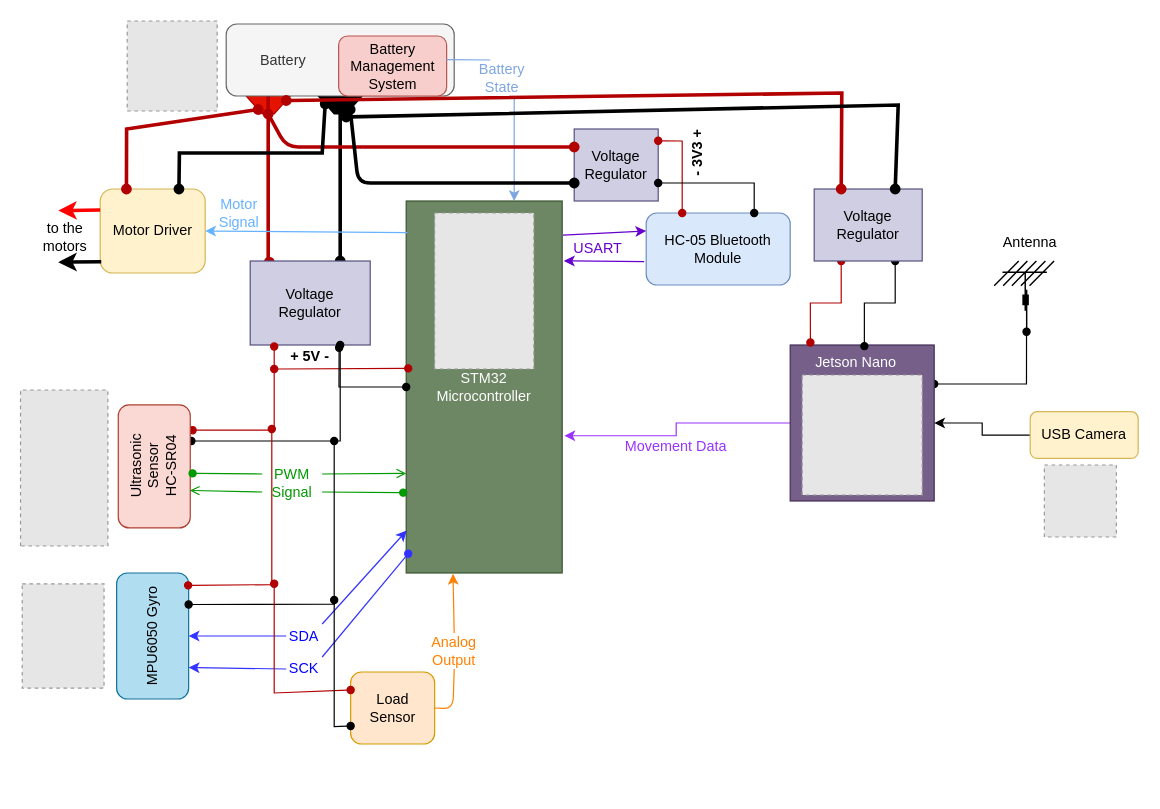
anilberg/My-Diagrams keeps this draw.io diagram as Bitirme 1 - Schematics/bitirme1-elektronik-sematik.drawio. Above is the earlier version. Source tidied: cells renumbered, new cells numbered last; positions are measured from the earlier drawing's top-left corner, leaving out a move shared by most shapes. Both pictures are drawn from the tidied source at 120%, with x=0, y=0 at pixel (-14, 20). Pictures stored in the file or linked from it are replaced by grey dashed boxes.
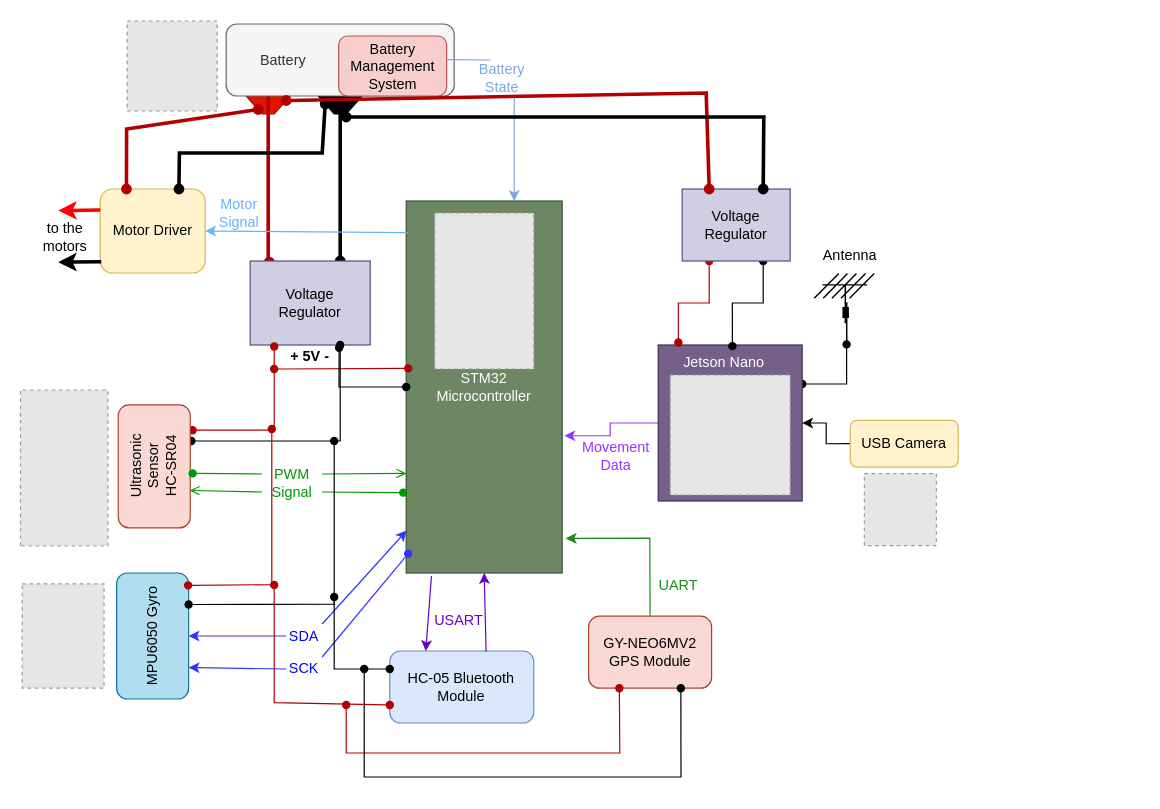
After the change.

Unchanged cells that the change refers to:
```xml
<mxCell id="2" style="shape=trapezoid;perimeter=trapezoidPerimeter;whiteSpace=wrap;html=1;fixedSize=1;rotation=-180;fontColor=#ffffff;fillColor=#000000;" parent="1" vertex="1">
  <mxGeometry x="270" y="55" width="50" height="22.5" as="geometry" />
</mxCell>
<mxCell id="3" style="shape=trapezoid;perimeter=trapezoidPerimeter;whiteSpace=wrap;html=1;fixedSize=1;rotation=-180;fillColor=#e51400;strokeColor=#B20000;fontColor=#ffffff;" parent="1" vertex="1">
  <mxGeometry x="210" y="55" width="50" height="22.5" as="geometry" />
</mxCell>
<mxCell id="7" value="STM32&lt;br&gt;Microcontroller" style="rounded=0;whiteSpace=wrap;html=1;fontColor=#ffffff;fillColor=#6d8764;strokeColor=#3A5431;" parent="1" vertex="1">
  <mxGeometry x="350" y="150" width="130" height="310" as="geometry" />
</mxCell>
```

Diff of the diagram source:
```diff
@@
     <mxCell id="6" style="rounded=0;whiteSpace=wrap;html=1;strokeColor=#432D57;fillColor=#76608a;fontColor=#ffffff;" parent="1" vertex="1">
-      <mxGeometry x="670" y="270" width="120" height="130" as="geometry" />
+      <mxGeometry x="560" y="270" width="120" height="130" as="geometry" />
     </mxCell>
@@
-    <mxCell id="36" value="Load Sensor" style="rounded=1;whiteSpace=wrap;html=1;strokeColor=#d79b00;fillColor=#ffe6cc;" parent="1" vertex="1">
-      <mxGeometry x="303.7" y="542.5" width="70" height="60" as="geometry" />
-    </mxCell>
-    <mxCell id="37" style="endArrow=oval;html=1;fillColor=#e51400;strokeColor=#B20000;strokeWidth=1;startArrow=oval;startFill=1;endFill=1;rounded=0;exitX=0;exitY=0.25;exitDx=0;exitDy=0;" parent="1" edge="1" source="36">
-      <mxGeometry relative="1" as="geometry">
-        <mxPoint x="240" y="469" as="targetPoint" />
-        <Array as="points">
-          <mxPoint x="240" y="560" />
-        </Array>
-      </mxGeometry>
-    </mxCell>
-    <mxCell id="38" style="endArrow=oval;html=1;fillColor=#e51400;strokeWidth=1;startArrow=oval;startFill=1;endFill=1;rounded=0;entryX=0;entryY=0.75;entryDx=0;entryDy=0;" parent="1" edge="1" target="36">
-      <mxGeometry relative="1" as="geometry">
-        <mxPoint x="290" y="482.5" as="sourcePoint" />
-        <Array as="points">
-          <mxPoint x="290" y="588" />
-        </Array>
-      </mxGeometry>
-    </mxCell>
-    <mxCell id="39" style="endArrow=classic;html=1;strokeWidth=1;strokeColor=#FF8000;entryX=0.3;entryY=1.002;entryDx=0;entryDy=0;entryPerimeter=0;exitX=0.5;exitY=0;exitDx=0;exitDy=0;startArrow=none;" parent="1" edge="1" source="40" target="7">
-      <mxGeometry relative="1" as="geometry" />
-    </mxCell>
-    <mxCell id="40" value="&lt;font color=&quot;#ff8000&quot;&gt;Analog&lt;br&gt;Output&lt;/font&gt;" style="text;html=1;strokeColor=none;fillColor=none;align=center;verticalAlign=middle;whiteSpace=wrap;rounded=0;" parent="1" vertex="1">
-      <mxGeometry x="370" y="510" width="40" height="30" as="geometry" />
-    </mxCell>
-    <mxCell id="41" style="endArrow=none;html=1;strokeWidth=1;strokeColor=#FF8000;entryX=0.5;entryY=1;entryDx=0;entryDy=0;exitX=1;exitY=0.5;exitDx=0;exitDy=0;" parent="1" edge="1" source="36" target="40">
-      <mxGeometry relative="1" as="geometry">
-        <Array as="points">
-          <mxPoint x="389" y="573" />
-        </Array>
-      </mxGeometry>
-    </mxCell>
@@
-    <mxCell id="46" value="Voltage&lt;br&gt;Regulator" style="rounded=0;whiteSpace=wrap;html=1;fillColor=#d0cee2;strokeColor=#56517e;" parent="1" vertex="1">
-      <mxGeometry x="490" y="90" width="70" height="60" as="geometry" />
-    </mxCell>
-    <mxCell id="47" style="endArrow=oval;html=1;fillColor=#e51400;strokeColor=#B20000;strokeWidth=3;startArrow=oval;startFill=1;endFill=1;rounded=1;exitX=0;exitY=0.25;exitDx=0;exitDy=0;entryX=0.5;entryY=0;entryDx=0;entryDy=0;" parent="1" edge="1" source="46" target="3">
-      <mxGeometry relative="1" as="geometry">
-        <Array as="points">
-          <mxPoint x="250" y="105" />
-        </Array>
-      </mxGeometry>
-    </mxCell>
-    <mxCell id="48" style="endArrow=oval;html=1;fillColor=#e51400;strokeWidth=3;startArrow=oval;startFill=1;endFill=1;exitX=0.25;exitY=0;exitDx=0;exitDy=0;entryX=0;entryY=0.75;entryDx=0;entryDy=0;rounded=1;" parent="1" edge="1" source="2" target="46">
-      <mxGeometry relative="1" as="geometry">
-        <Array as="points">
-          <mxPoint x="310" y="135" />
-        </Array>
-      </mxGeometry>
-    </mxCell>
     <mxCell id="49" value="HC-05 Bluetooth Module" style="rounded=1;whiteSpace=wrap;html=1;strokeColor=#6c8ebf;fillColor=#dae8fc;" parent="1" vertex="1">
-      <mxGeometry x="550" y="160" width="120" height="60" as="geometry" />
+      <mxGeometry x="336.3" y="525" width="120" height="60" as="geometry" />
     </mxCell>
-    <mxCell id="50" style="endArrow=oval;html=1;fillColor=#e51400;strokeColor=#B20000;strokeWidth=1;startArrow=oval;startFill=1;endFill=1;rounded=0;exitX=1;exitY=0.164;exitDx=0;exitDy=0;exitPerimeter=0;entryX=0.25;entryY=0;entryDx=0;entryDy=0;" parent="1" edge="1" source="46" target="49">
+    <mxCell id="50" style="endArrow=oval;html=1;fillColor=#e51400;strokeColor=#B20000;strokeWidth=1;startArrow=oval;startFill=1;endFill=1;rounded=0;entryX=0;entryY=0.75;entryDx=0;entryDy=0;" parent="1" edge="1" target="49">
       <mxGeometry relative="1" as="geometry">
+        <mxPoint x="240" y="470" as="sourcePoint" />
         <Array as="points">
-          <mxPoint x="580" y="100" />
+          <mxPoint x="240" y="568" />
         </Array>
       </mxGeometry>
     </mxCell>
-    <mxCell id="51" style="endArrow=oval;html=1;fillColor=#e51400;strokeWidth=1;startArrow=oval;startFill=1;endFill=1;rounded=0;entryX=1;entryY=0.75;entryDx=0;entryDy=0;exitX=0.75;exitY=0;exitDx=0;exitDy=0;" parent="1" edge="1" source="49" target="46">
+    <mxCell id="51" style="endArrow=oval;html=1;fillColor=#e51400;strokeWidth=1;startArrow=oval;startFill=1;endFill=1;rounded=0;exitX=0;exitY=0.25;exitDx=0;exitDy=0;" parent="1" edge="1" source="49">
       <mxGeometry relative="1" as="geometry">
+        <mxPoint x="290" y="480" as="targetPoint" />
         <Array as="points">
-          <mxPoint x="640" y="135" />
+          <mxPoint x="290" y="540" />
         </Array>
       </mxGeometry>
     </mxCell>
-    <mxCell id="52" value="&lt;b&gt;- 3V3 +&lt;/b&gt;" style="text;html=1;strokeColor=none;fillColor=none;align=center;verticalAlign=middle;whiteSpace=wrap;rounded=0;rotation=-90;" parent="1" vertex="1">
-      <mxGeometry x="570" y="100" width="46" height="20" as="geometry" />
-    </mxCell>
-    <mxCell id="53" style="endArrow=classic;html=1;strokeWidth=1;entryX=0;entryY=0.25;entryDx=0;entryDy=0;exitX=1.005;exitY=0.092;exitDx=0;exitDy=0;exitPerimeter=0;strokeColor=#6600CC;" parent="1" edge="1" source="7" target="49">
+    <mxCell id="53" style="endArrow=classic;html=1;strokeWidth=1;entryX=0.25;entryY=0;entryDx=0;entryDy=0;strokeColor=#6600CC;exitX=0.162;exitY=1.008;exitDx=0;exitDy=0;exitPerimeter=0;" parent="1" edge="1" source="7" target="49">
       <mxGeometry relative="1" as="geometry" />
     </mxCell>
-    <mxCell id="54" style="endArrow=classic;html=1;strokeWidth=1;entryX=1.011;entryY=0.161;entryDx=0;entryDy=0;exitX=-0.014;exitY=0.676;exitDx=0;exitDy=0;exitPerimeter=0;entryPerimeter=0;strokeColor=#6600CC;" parent="1" edge="1" source="49" target="7">
+    <mxCell id="54" style="endArrow=classic;html=1;strokeWidth=1;exitX=0.669;exitY=0.01;exitDx=0;exitDy=0;strokeColor=#6600CC;entryX=0.5;entryY=1;entryDx=0;entryDy=0;exitPerimeter=0;" parent="1" edge="1" source="49" target="7">
       <mxGeometry relative="1" as="geometry" />
     </mxCell>
     <mxCell id="55" value="&lt;font color=&quot;#6600cc&quot;&gt;USART&lt;/font&gt;" style="text;html=1;strokeColor=none;fillColor=none;align=center;verticalAlign=middle;whiteSpace=wrap;rounded=0;" parent="1" vertex="1">
-      <mxGeometry x="490" y="180" width="40" height="20" as="geometry" />
+      <mxGeometry x="373.7" y="490" width="40" height="20" as="geometry" />
     </mxCell>
@@
     <mxCell id="64" style="fillColor=#E6E6E6;strokeColor=#999999;dashed=1;verticalLabelPosition=bottom;labelBackgroundColor=#ffffff;verticalAlign=top;fontFamily=Helvetica;" parent="1" vertex="1">
-      <mxGeometry x="680" y="295" width="100" height="100" as="geometry" />
+      <mxGeometry x="570" y="295" width="100" height="100" as="geometry" />
     </mxCell>
     <mxCell id="65" style="fillColor=#E6E6E6;strokeColor=#999999;dashed=1;verticalLabelPosition=bottom;labelBackgroundColor=#ffffff;verticalAlign=top;fontFamily=Helvetica;" parent="1" vertex="1">
-      <mxGeometry x="881.8" y="370" width="60" height="60" as="geometry" />
+      <mxGeometry x="731.8" y="377.2" width="60" height="60" as="geometry" />
     </mxCell>
     <mxCell id="66" value="&lt;font color=&quot;#ffffff&quot;&gt;Jetson Nano&lt;/font&gt;" style="text;html=1;strokeColor=none;fillColor=none;align=center;verticalAlign=middle;whiteSpace=wrap;rounded=0;" parent="1" vertex="1">
-      <mxGeometry x="670" y="270" width="110" height="29" as="geometry" />
+      <mxGeometry x="560" y="270" width="110" height="29" as="geometry" />
     </mxCell>
@@
     <mxCell id="68" value="USB Camera" style="rounded=1;whiteSpace=wrap;html=1;strokeColor=#d6b656;fillColor=#fff2cc;" parent="1" vertex="1">
-      <mxGeometry x="870" y="325.6" width="90" height="38.9" as="geometry" />
+      <mxGeometry x="720" y="332.8" width="90" height="38.9" as="geometry" />
     </mxCell>
     <mxCell id="69" style="shape=mxgraph.cisco.wireless.antenna;html=1;dashed=0;fillColor=#036897;strokeColor=#ffffff;strokeWidth=2;verticalLabelPosition=bottom;verticalAlign=top;align=center;outlineConnect=0;fontColor=#000000;" parent="1" vertex="1">
-      <mxGeometry x="840" y="200" width="49.9" height="59" as="geometry" />
+      <mxGeometry x="690" y="210.5" width="50" height="59" as="geometry" />
     </mxCell>
@@
     <mxCell id="72" value="Voltage&lt;br&gt;Regulator" style="rounded=0;whiteSpace=wrap;html=1;fillColor=#d0cee2;strokeColor=#56517e;" parent="1" vertex="1">
-      <mxGeometry x="690" y="140" width="90" height="60" as="geometry" />
+      <mxGeometry x="580" y="140" width="90" height="60" as="geometry" />
     </mxCell>
     <mxCell id="73" style="endArrow=oval;html=1;fillColor=#e51400;strokeColor=#B20000;strokeWidth=3;startArrow=oval;startFill=1;endFill=1;exitX=0.25;exitY=0;exitDx=0;exitDy=0;rounded=0;entryX=0;entryY=0.5;entryDx=0;entryDy=0;" parent="1" edge="1" source="72" target="3">
       <mxGeometry relative="1" as="geometry">
         <Array as="points">
-          <mxPoint x="713" y="60" />
+          <mxPoint x="600" y="60" />
         </Array>
       </mxGeometry>
     </mxCell>
     <mxCell id="74" style="endArrow=oval;html=1;fillColor=#e51400;strokeWidth=3;startArrow=oval;startFill=1;endFill=1;entryX=0.75;entryY=0;entryDx=0;entryDy=0;rounded=0;" parent="1" edge="1" target="72">
       <mxGeometry relative="1" as="geometry">
         <mxPoint x="300" y="80" as="sourcePoint" />
         <Array as="points">
-          <mxPoint x="760" y="70" />
+          <mxPoint x="648" y="80" />
         </Array>
       </mxGeometry>
     </mxCell>
     <mxCell id="75" value="Antenna" style="text;html=1;strokeColor=none;fillColor=none;align=center;verticalAlign=middle;whiteSpace=wrap;rounded=0;fontColor=#000000;" parent="1" vertex="1">
-      <mxGeometry x="840" y="170" width="60" height="30" as="geometry" />
+      <mxGeometry x="690" y="180.5" width="60" height="30" as="geometry" />
     </mxCell>
     <mxCell id="76" value="&lt;font color=&quot;#9933ff&quot;&gt;Movement Data&lt;/font&gt;" style="text;html=1;strokeColor=none;fillColor=none;align=center;verticalAlign=middle;whiteSpace=wrap;rounded=0;fontColor=#000000;" parent="1" vertex="1">
-      <mxGeometry x="530" y="345.7" width="90" height="18.8" as="geometry" />
+      <mxGeometry x="490" y="345.7" width="70" height="34.3" as="geometry" />
     </mxCell>
+    <mxCell id="77" value="GY-NEO6MV2 GPS Module" style="rounded=1;whiteSpace=wrap;html=1;strokeColor=#ae4132;fillColor=#fad9d5;rotation=0;" parent="1" vertex="1">
+      <mxGeometry x="502" y="496" width="102.5" height="60" as="geometry" />
+    </mxCell>
+    <mxCell id="78" style="endArrow=classic;html=1;rounded=0;exitX=0.5;exitY=0;exitDx=0;exitDy=0;entryX=1.023;entryY=0.907;entryDx=0;entryDy=0;entryPerimeter=0;strokeColor=#1C8C1C;" parent="1" edge="1" source="77" target="7">
+      <mxGeometry relative="1" as="geometry">
+        <Array as="points">
+          <mxPoint x="553" y="431" />
+        </Array>
+      </mxGeometry>
+    </mxCell>
+    <mxCell id="79" value="&lt;font color=&quot;#1c8c1c&quot;&gt;UART&lt;/font&gt;" style="text;html=1;strokeColor=none;fillColor=none;align=center;verticalAlign=middle;whiteSpace=wrap;rounded=0;" parent="1" vertex="1">
+      <mxGeometry x="554" y="460" width="46" height="22.5" as="geometry" />
+    </mxCell>
+    <mxCell id="80" style="endArrow=oval;html=1;fillColor=#e51400;strokeColor=#B20000;strokeWidth=1;startArrow=oval;startFill=1;endFill=1;rounded=0;entryX=0.25;entryY=1;entryDx=0;entryDy=0;" parent="1" edge="1" target="77">
+      <mxGeometry relative="1" as="geometry">
+        <mxPoint x="300" y="570" as="sourcePoint" />
+        <Array as="points">
+          <mxPoint x="300" y="610" />
+          <mxPoint x="528" y="610" />
+        </Array>
+      </mxGeometry>
+    </mxCell>
+    <mxCell id="81" style="endArrow=oval;html=1;fillColor=#e51400;strokeWidth=1;startArrow=oval;startFill=1;endFill=1;rounded=0;exitX=0.75;exitY=1;exitDx=0;exitDy=0;" parent="1" edge="1" source="77">
+      <mxGeometry relative="1" as="geometry">
+        <mxPoint x="315" y="540" as="targetPoint" />
+        <Array as="points">
+          <mxPoint x="579" y="630" />
+          <mxPoint x="315" y="630" />
+        </Array>
+      </mxGeometry>
+    </mxCell>
```
